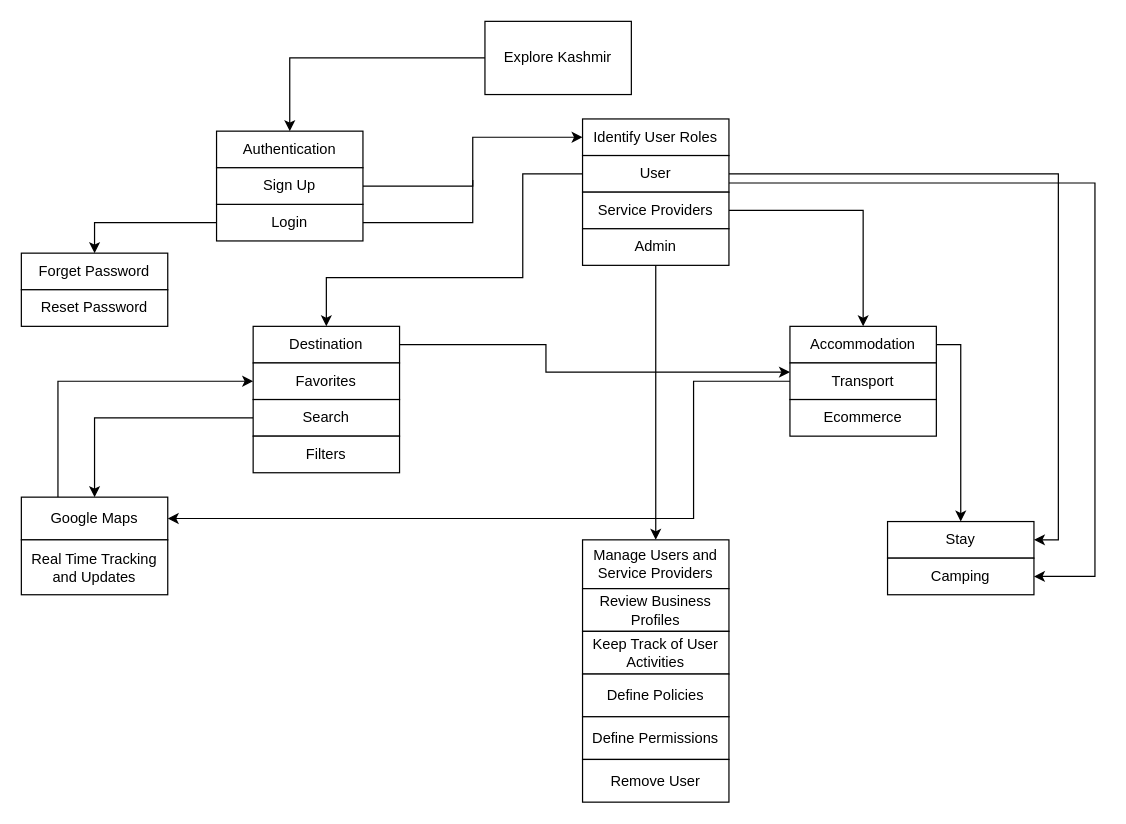
Earlier version of the draw.io diagram work breakdown structure.drawio (Muneeb-Ahmed2002/Muneeb-Ahmed2002.github.io). Source tidied: cells renumbered, new cells numbered last; positions are measured from the earlier drawing's top-left corner, leaving out a move shared by most shapes. Both pictures are drawn from the tidied source at 122%, with x=0, y=0 at pixel (21, 21).
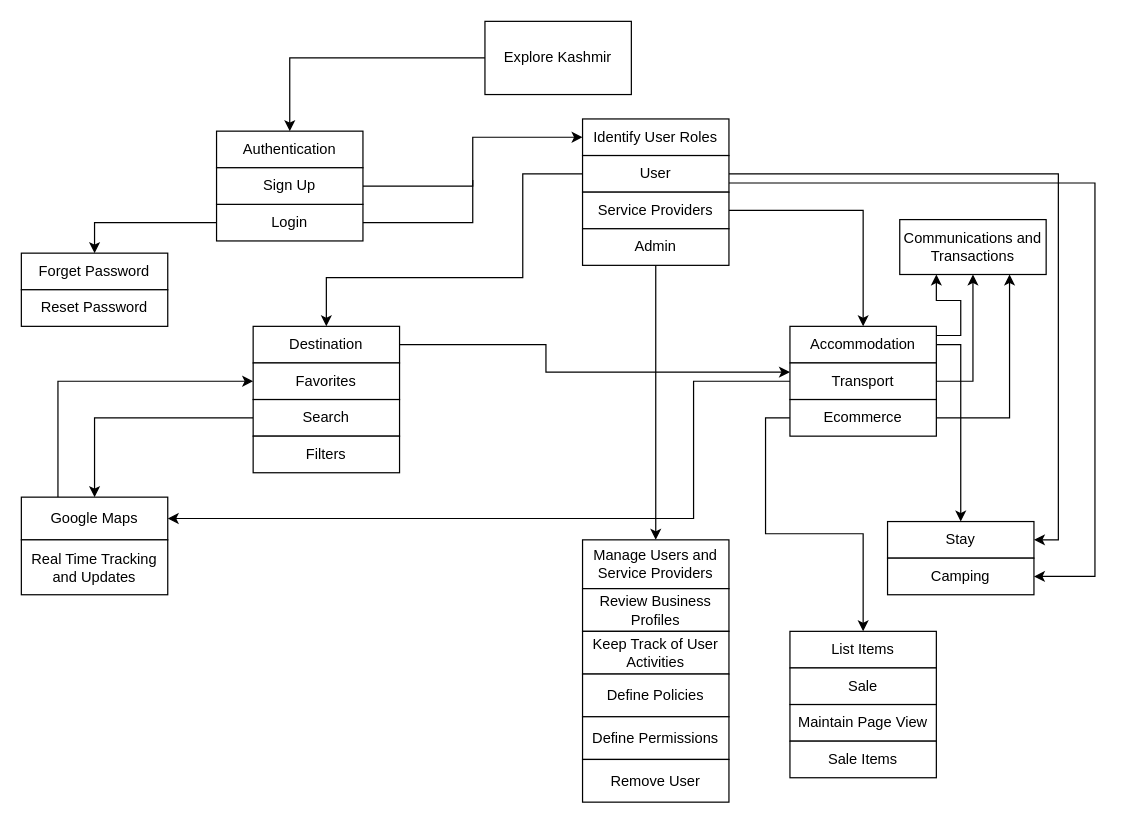
The same diagram, later.

The change refers to these unchanged cells:
```xml
<mxCell id="23" value="Accommodation" style="rounded=0;whiteSpace=wrap;html=1;" parent="1" vertex="1">
  <mxGeometry x="630" y="250" width="120" height="30" as="geometry" />
</mxCell>
<mxCell id="25" value="Transport" style="rounded=0;whiteSpace=wrap;html=1;" parent="1" vertex="1">
  <mxGeometry x="630" y="280" width="120" height="30" as="geometry" />
</mxCell>
<mxCell id="26" value="Ecommerce" style="rounded=0;whiteSpace=wrap;html=1;" parent="1" vertex="1">
  <mxGeometry x="630" y="310" width="120" height="30" as="geometry" />
</mxCell>
```

The edit, as a diff of the source:
```diff
@@
+    <mxCell id="43" style="edgeStyle=orthogonalEdgeStyle;rounded=0;jettySize=auto;html=1;exitX=1;exitY=0.25;exitDx=0;exitDy=0;entryX=0.25;entryY=1;entryDx=0;entryDy=0;" parent="1" edge="1" source="23" target="51">
+      <mxGeometry relative="1" as="geometry" />
+    </mxCell>
@@
+    <mxCell id="44" style="edgeStyle=orthogonalEdgeStyle;rounded=0;jettySize=auto;html=1;exitX=1;exitY=0.5;exitDx=0;exitDy=0;entryX=0.5;entryY=1;entryDx=0;entryDy=0;" parent="1" edge="1" source="25" target="51">
+      <mxGeometry relative="1" as="geometry" />
+    </mxCell>
@@
+    <mxCell id="45" style="edgeStyle=orthogonalEdgeStyle;rounded=0;jettySize=auto;html=1;exitX=0;exitY=0.5;exitDx=0;exitDy=0;entryX=0.5;entryY=0;entryDx=0;entryDy=0;" parent="1" edge="1" source="26" target="47">
+      <mxGeometry relative="1" as="geometry" />
+    </mxCell>
+    <mxCell id="46" style="edgeStyle=orthogonalEdgeStyle;rounded=0;jettySize=auto;html=1;exitX=1;exitY=0.5;exitDx=0;exitDy=0;entryX=0.75;entryY=1;entryDx=0;entryDy=0;" parent="1" edge="1" source="26" target="51">
+      <mxGeometry relative="1" as="geometry" />
+    </mxCell>
@@
+    <mxCell id="47" value="List Items" style="rounded=0;whiteSpace=wrap;html=1;" parent="1" vertex="1">
+      <mxGeometry x="630" y="500" width="120" height="30" as="geometry" />
+    </mxCell>
+    <mxCell id="48" value="Sale" style="rounded=0;whiteSpace=wrap;html=1;" parent="1" vertex="1">
+      <mxGeometry x="630" y="530" width="120" height="30" as="geometry" />
+    </mxCell>
+    <mxCell id="49" value="Maintain Page View" style="rounded=0;whiteSpace=wrap;html=1;" parent="1" vertex="1">
+      <mxGeometry x="630" y="560" width="120" height="30" as="geometry" />
+    </mxCell>
+    <mxCell id="50" value="Sale Items" style="rounded=0;whiteSpace=wrap;html=1;" parent="1" vertex="1">
+      <mxGeometry x="630" y="590" width="120" height="30" as="geometry" />
+    </mxCell>
+    <mxCell id="51" value="Communications and Transactions" style="rounded=0;whiteSpace=wrap;html=1;" parent="1" vertex="1">
+      <mxGeometry x="720" y="162.5" width="120" height="45" as="geometry" />
+    </mxCell>
```
